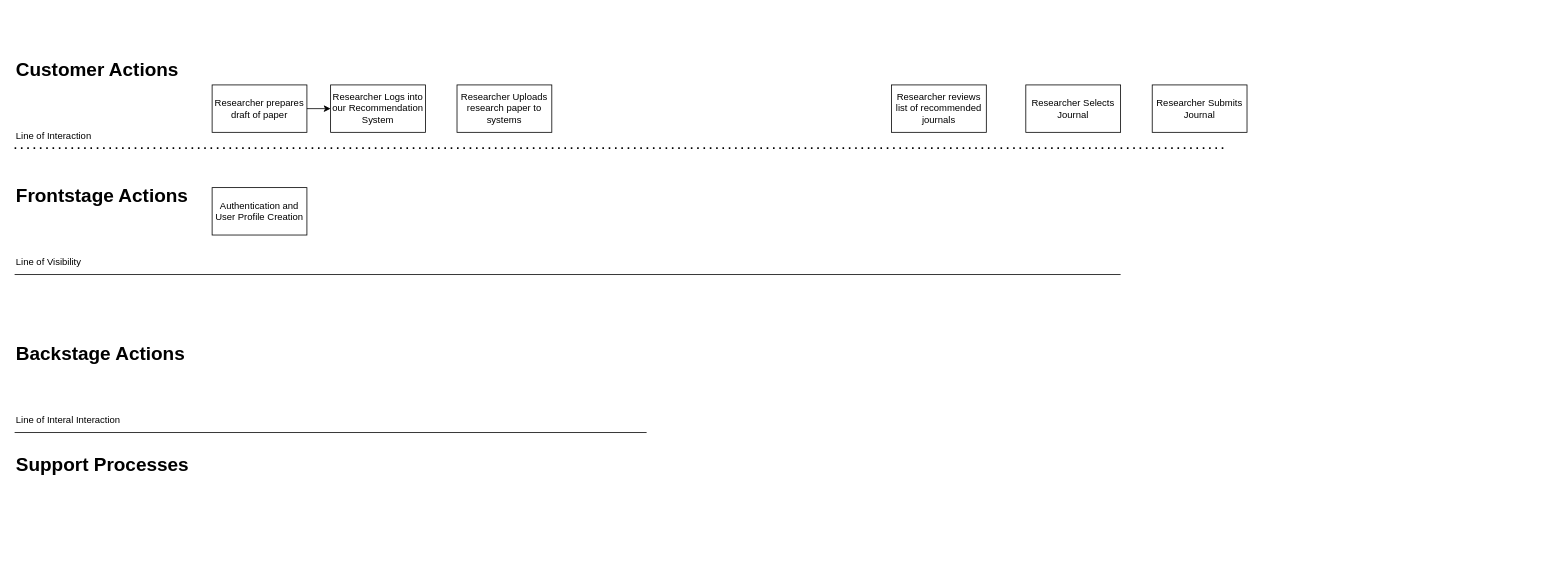
Above: Service.drawio in HB9398/PortfolioHB (draw.io), before the change. Source tidied: cells renumbered, new cells numbered last; positions are measured from the earlier drawing's top-left corner, leaving out a move shared by most shapes. Both pictures are drawn from the tidied source at 79%, with x=0, y=0 at pixel (14, 53).
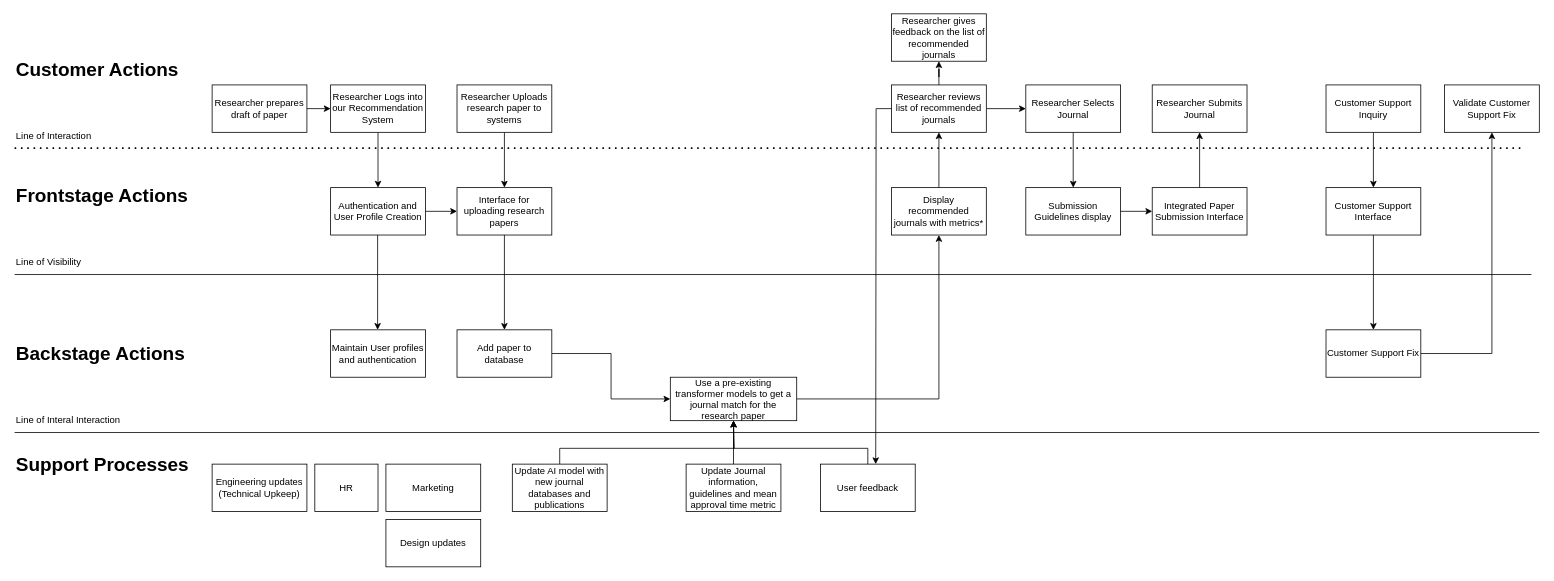
The same page after the edit.

Unchanged cells that the change refers to:
```xml
<mxCell id="13" value="Researcher Logs into our Recommendation System" style="rounded=0;whiteSpace=wrap;html=1;" parent="1" vertex="1">
  <mxGeometry x="400" y="40" width="120" height="60" as="geometry" />
</mxCell>
<mxCell id="14" value="Researcher Uploads research paper to systems" style="rounded=0;whiteSpace=wrap;html=1;" parent="1" vertex="1">
  <mxGeometry x="560" y="40" width="120" height="60" as="geometry" />
</mxCell>
<mxCell id="15" value="Researcher reviews list of recommended journals" style="rounded=0;whiteSpace=wrap;html=1;" parent="1" vertex="1">
  <mxGeometry x="1110" y="40" width="120" height="60" as="geometry" />
</mxCell>
<mxCell id="16" value="Researcher Selects Journal" style="rounded=0;whiteSpace=wrap;html=1;" parent="1" vertex="1">
  <mxGeometry x="1280" y="40" width="120" height="60" as="geometry" />
</mxCell>
<mxCell id="17" value="Researcher Submits Journal" style="rounded=0;whiteSpace=wrap;html=1;" parent="1" vertex="1">
  <mxGeometry x="1440" y="40" width="120" height="60" as="geometry" />
</mxCell>
```

The edit, as a diff of the source:
```diff
@@
     <mxCell id="2" style="endArrow=none;dashed=1;html=1;dashPattern=1 3;strokeWidth=2;rounded=0;" parent="1" edge="1">
       <mxGeometry relative="1" as="geometry">
         <mxPoint y="120" as="sourcePoint" />
-        <mxPoint x="1530" y="120" as="targetPoint" />
+        <mxPoint x="1910" y="120" as="targetPoint" />
       </mxGeometry>
     </mxCell>
     <mxCell id="3" style="endArrow=none;html=1;rounded=0;" parent="1" edge="1">
       <mxGeometry relative="1" as="geometry">
         <mxPoint y="280" as="sourcePoint" />
-        <mxPoint x="1400" y="280" as="targetPoint" />
+        <mxPoint x="1920" y="280" as="targetPoint" />
       </mxGeometry>
     </mxCell>
     <mxCell id="4" style="endArrow=none;html=1;rounded=0;" parent="1" edge="1">
       <mxGeometry relative="1" as="geometry">
         <mxPoint y="480" as="sourcePoint" />
-        <mxPoint x="800" y="480" as="targetPoint" />
+        <mxPoint x="1930" y="480" as="targetPoint" />
       </mxGeometry>
     </mxCell>
@@
+    <mxCell id="20" style="edgeStyle=orthogonalEdgeStyle;rounded=0;jettySize=auto;html=1;" parent="1" edge="1" source="13" target="19">
+      <mxGeometry relative="1" as="geometry" />
+    </mxCell>
@@
+    <mxCell id="21" style="edgeStyle=orthogonalEdgeStyle;rounded=0;jettySize=auto;html=1;" parent="1" edge="1" source="14" target="26">
+      <mxGeometry relative="1" as="geometry" />
+    </mxCell>
@@
+    <mxCell id="22" style="edgeStyle=orthogonalEdgeStyle;rounded=0;jettySize=auto;html=1;" parent="1" edge="1" source="15" target="16">
+      <mxGeometry relative="1" as="geometry" />
+    </mxCell>
+    <mxCell id="23" style="edgeStyle=orthogonalEdgeStyle;rounded=0;jettySize=auto;html=1;" parent="1" edge="1" source="15" target="56">
+      <mxGeometry relative="1" as="geometry" />
+    </mxCell>
@@
+    <mxCell id="24" style="edgeStyle=orthogonalEdgeStyle;rounded=0;jettySize=auto;html=1;" parent="1" edge="1" source="16" target="29">
+      <mxGeometry relative="1" as="geometry" />
+    </mxCell>
@@
+    <mxCell id="25" style="edgeStyle=orthogonalEdgeStyle;rounded=0;jettySize=auto;html=1;" parent="1" edge="1" source="19" target="26">
+      <mxGeometry relative="1" as="geometry" />
+    </mxCell>
     <mxCell id="19" value="Authentication and User Profile Creation" style="rounded=0;whiteSpace=wrap;html=1;" parent="1" vertex="1">
-      <mxGeometry x="250" y="170" width="120" height="60" as="geometry" />
+      <mxGeometry x="400" y="170" width="120" height="60" as="geometry" />
     </mxCell>
+    <mxCell id="26" value="Interface for uploading research papers" style="rounded=0;whiteSpace=wrap;html=1;" parent="1" vertex="1">
+      <mxGeometry x="560" y="170" width="120" height="60" as="geometry" />
+    </mxCell>
+    <mxCell id="27" style="edgeStyle=orthogonalEdgeStyle;rounded=0;jettySize=auto;html=1;" parent="1" edge="1" source="28" target="15">
+      <mxGeometry relative="1" as="geometry" />
+    </mxCell>
+    <mxCell id="28" value="Display recommended journals with metrics*" style="rounded=0;whiteSpace=wrap;html=1;" parent="1" vertex="1">
+      <mxGeometry x="1110" y="170" width="120" height="60" as="geometry" />
+    </mxCell>
+    <mxCell id="29" value="Submission Guidelines display" style="rounded=0;whiteSpace=wrap;html=1;" parent="1" vertex="1">
+      <mxGeometry x="1280" y="170" width="120" height="60" as="geometry" />
+    </mxCell>
+    <mxCell id="30" style="edgeStyle=orthogonalEdgeStyle;rounded=0;jettySize=auto;html=1;" parent="1" edge="1" source="31" target="17">
+      <mxGeometry relative="1" as="geometry" />
+    </mxCell>
+    <mxCell id="31" value="Integrated Paper Submission Interface" style="rounded=0;whiteSpace=wrap;html=1;" parent="1" vertex="1">
+      <mxGeometry x="1440" y="170" width="120" height="60" as="geometry" />
+    </mxCell>
+    <mxCell id="32" style="endArrow=classic;html=1;rounded=0;exitX=1;exitY=0.5;exitDx=0;exitDy=0;entryX=0;entryY=0.5;entryDx=0;entryDy=0;" parent="1" edge="1" source="29" target="31">
+      <mxGeometry relative="1" as="geometry" />
+    </mxCell>
+    <mxCell id="33" value="Maintain User profiles and authentication" style="rounded=0;whiteSpace=wrap;html=1;" parent="1" vertex="1">
+      <mxGeometry x="400" y="350" width="120" height="60" as="geometry" />
+    </mxCell>
+    <mxCell id="34" style="edgeStyle=orthogonalEdgeStyle;rounded=0;jettySize=auto;html=1;" parent="1" edge="1" source="35" target="36">
+      <mxGeometry relative="1" as="geometry" />
+    </mxCell>
+    <mxCell id="35" value="Add paper to database" style="rounded=0;whiteSpace=wrap;html=1;" parent="1" vertex="1">
+      <mxGeometry x="560" y="350" width="120" height="60" as="geometry" />
+    </mxCell>
+    <mxCell id="36" value="Use a pre-existing transformer models to get a journal match for the research paper" style="rounded=0;whiteSpace=wrap;html=1;" parent="1" vertex="1">
+      <mxGeometry x="830" y="410" width="160" height="55" as="geometry" />
+    </mxCell>
+    <mxCell id="37" style="endArrow=classic;html=1;rounded=0;entryX=0.5;entryY=0;entryDx=0;entryDy=0;exitX=0.5;exitY=1;exitDx=0;exitDy=0;" parent="1" edge="1" source="26" target="35">
+      <mxGeometry relative="1" as="geometry" />
+    </mxCell>
+    <mxCell id="38" style="endArrow=classic;html=1;rounded=0;entryX=0.5;entryY=0;entryDx=0;entryDy=0;exitX=0.5;exitY=1;exitDx=0;exitDy=0;" parent="1" edge="1">
+      <mxGeometry relative="1" as="geometry">
+        <mxPoint x="459.5" y="230" as="sourcePoint" />
+        <mxPoint x="459.5" y="350" as="targetPoint" />
+      </mxGeometry>
+    </mxCell>
+    <mxCell id="39" style="edgeStyle=orthogonalEdgeStyle;rounded=0;jettySize=auto;html=1;entryX=0.5;entryY=1;entryDx=0;entryDy=0;" parent="1" edge="1" source="40" target="36">
+      <mxGeometry relative="1" as="geometry">
+        <Array as="points">
+          <mxPoint x="690" y="500" />
+          <mxPoint x="911" y="500" />
+        </Array>
+      </mxGeometry>
+    </mxCell>
+    <mxCell id="40" value="Update AI model with new journal databases and publications" style="rounded=0;whiteSpace=wrap;html=1;" parent="1" vertex="1">
+      <mxGeometry x="630" y="520" width="120" height="60" as="geometry" />
+    </mxCell>
+    <mxCell id="41" style="endArrow=classic;html=1;rounded=0;exitX=1;exitY=0.5;exitDx=0;exitDy=0;entryX=0.5;entryY=1;entryDx=0;entryDy=0;edgeStyle=orthogonalEdgeStyle;" parent="1" edge="1" source="36" target="28">
+      <mxGeometry relative="1" as="geometry" />
+    </mxCell>
+    <mxCell id="42" style="edgeStyle=orthogonalEdgeStyle;rounded=0;jettySize=auto;html=1;" parent="1" edge="1" source="43" target="44">
+      <mxGeometry relative="1" as="geometry" />
+    </mxCell>
+    <mxCell id="43" value="Customer Support Inquiry" style="rounded=0;whiteSpace=wrap;html=1;" parent="1" vertex="1">
+      <mxGeometry x="1660" y="40" width="120" height="60" as="geometry" />
+    </mxCell>
+    <mxCell id="44" value="Customer Support Interface" style="rounded=0;whiteSpace=wrap;html=1;" parent="1" vertex="1">
+      <mxGeometry x="1660" y="170" width="120" height="60" as="geometry" />
+    </mxCell>
+    <mxCell id="45" value="Customer Support Fix" style="rounded=0;whiteSpace=wrap;html=1;" parent="1" vertex="1">
+      <mxGeometry x="1660" y="350" width="120" height="60" as="geometry" />
+    </mxCell>
+    <mxCell id="46" style="endArrow=classic;html=1;rounded=0;entryX=0.5;entryY=0;entryDx=0;entryDy=0;" parent="1" edge="1" source="44" target="45">
+      <mxGeometry relative="1" as="geometry" />
+    </mxCell>
+    <mxCell id="47" value="Validate Customer Support Fix" style="rounded=0;whiteSpace=wrap;html=1;" parent="1" vertex="1">
+      <mxGeometry x="1810" y="40" width="120" height="60" as="geometry" />
+    </mxCell>
+    <mxCell id="48" style="endArrow=classic;html=1;rounded=0;exitX=1;exitY=0.5;exitDx=0;exitDy=0;entryX=0.5;entryY=1;entryDx=0;entryDy=0;edgeStyle=orthogonalEdgeStyle;" parent="1" edge="1" source="45" target="47">
+      <mxGeometry relative="1" as="geometry" />
+    </mxCell>
+    <mxCell id="49" style="edgeStyle=orthogonalEdgeStyle;rounded=0;jettySize=auto;html=1;" parent="1" edge="1" source="50" target="36">
+      <mxGeometry relative="1" as="geometry" />
+    </mxCell>
+    <mxCell id="50" value="Update Journal information, guidelines and mean approval time metric" style="rounded=0;whiteSpace=wrap;html=1;" parent="1" vertex="1">
+      <mxGeometry x="850" y="520" width="120" height="60" as="geometry" />
+    </mxCell>
+    <mxCell id="51" value="User feedback" style="rounded=0;whiteSpace=wrap;html=1;" parent="1" vertex="1">
+      <mxGeometry x="1020" y="520" width="120" height="60" as="geometry" />
+    </mxCell>
+    <mxCell id="52" style="endArrow=classic;html=1;rounded=0;exitX=0.5;exitY=0;exitDx=0;exitDy=0;entryX=0.5;entryY=1;entryDx=0;entryDy=0;edgeStyle=orthogonalEdgeStyle;" parent="1" edge="1" source="51" target="36">
+      <mxGeometry relative="1" as="geometry">
+        <Array as="points">
+          <mxPoint x="1080" y="500" />
+          <mxPoint x="910" y="500" />
+        </Array>
+      </mxGeometry>
+    </mxCell>
+    <mxCell id="53" value="Engineering updates (Technical Upkeep)" style="rounded=0;whiteSpace=wrap;html=1;" parent="1" vertex="1">
+      <mxGeometry x="250" y="520" width="120" height="60" as="geometry" />
+    </mxCell>
+    <mxCell id="54" value="HR" style="rounded=0;whiteSpace=wrap;html=1;" parent="1" vertex="1">
+      <mxGeometry x="380" y="520" width="80" height="60" as="geometry" />
+    </mxCell>
+    <mxCell id="55" value="Marketing" style="rounded=0;whiteSpace=wrap;html=1;" parent="1" vertex="1">
+      <mxGeometry x="470" y="520" width="120" height="60" as="geometry" />
+    </mxCell>
+    <mxCell id="56" value="Researcher gives feedback on the list of recommended journals" style="rounded=0;whiteSpace=wrap;html=1;" parent="1" vertex="1">
+      <mxGeometry x="1110" y="-50" width="120" height="60" as="geometry" />
+    </mxCell>
+    <mxCell id="57" style="endArrow=classic;html=1;rounded=0;exitX=0;exitY=0.5;exitDx=0;exitDy=0;edgeStyle=orthogonalEdgeStyle;" parent="1" edge="1" source="15">
+      <mxGeometry relative="1" as="geometry">
+        <mxPoint x="1090" y="520" as="targetPoint" />
+      </mxGeometry>
+    </mxCell>
+    <mxCell id="58" value="Design updates" style="rounded=0;whiteSpace=wrap;html=1;" parent="1" vertex="1">
+      <mxGeometry x="470" y="590" width="120" height="60" as="geometry" />
+    </mxCell>
```
